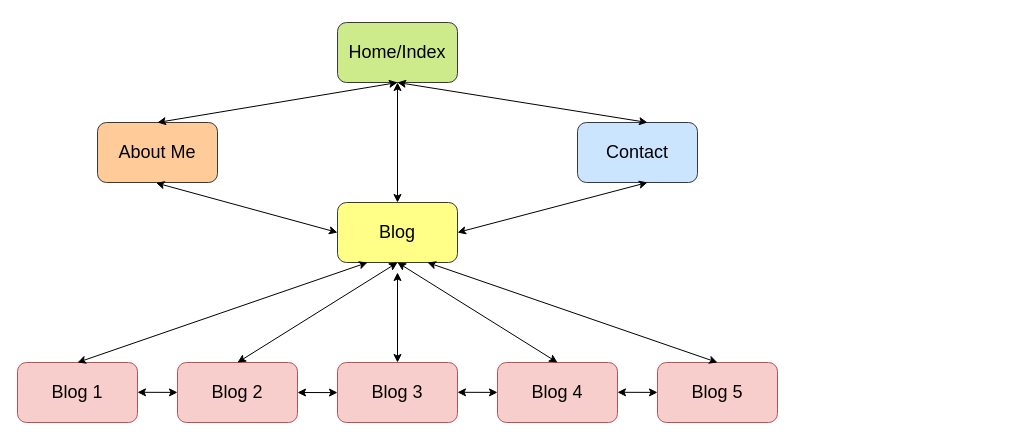
The draw.io diagram sitemap.drawio in james-mcgregor100/JamesMcGregor_T1A2, before the edit. Source tidied: cells renumbered, new cells numbered last; positions are measured from the earlier drawing's top-left corner, leaving out a move shared by most shapes. Both pictures are drawn from the tidied source at 100%, with x=0, y=0 at pixel (17, 22).
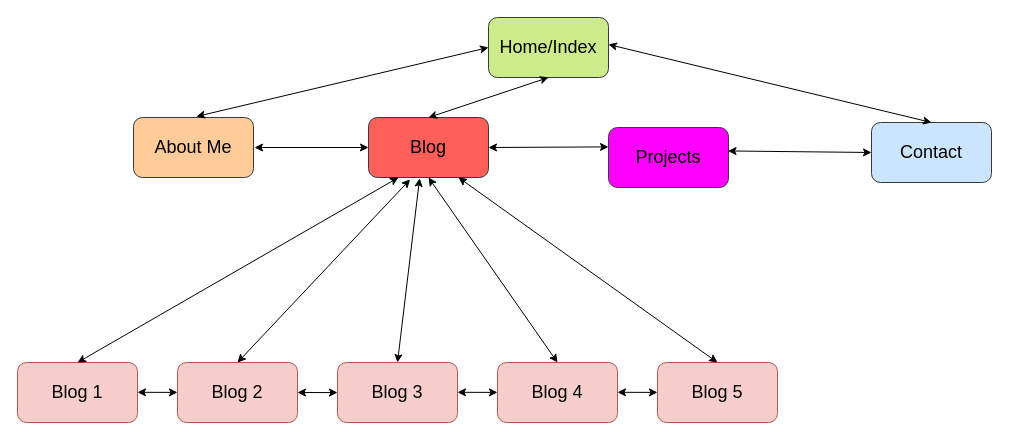
The same diagram, later.

Unchanged cells that the change refers to:
```xml
<mxCell id="5" value="&lt;font style=&quot;font-size: 18px&quot;&gt;Blog 2&lt;/font&gt;" style="rounded=1;whiteSpace=wrap;html=1;fillColor=#f8cecc;strokeColor=#b85450;" parent="1" vertex="1">
  <mxGeometry x="160" y="340" width="120" height="60" as="geometry" />
</mxCell>
```

Change to the diagram source:
```diff
@@
     <mxCell id="2" value="&lt;font style=&quot;font-size: 18px&quot;&gt;Home/Index&lt;/font&gt;" style="rounded=1;whiteSpace=wrap;html=1;fillColor=#cdeb8b;strokeColor=#36393d;" parent="1" vertex="1">
-      <mxGeometry x="320" width="120" height="60" as="geometry" />
+      <mxGeometry x="471" y="-5" width="120" height="60" as="geometry" />
     </mxCell>
     <mxCell id="3" value="&lt;font style=&quot;font-size: 18px&quot;&gt;About Me&lt;/font&gt;" style="rounded=1;whiteSpace=wrap;html=1;fillColor=#ffcc99;strokeColor=#36393d;" parent="1" vertex="1">
-      <mxGeometry x="80" y="100" width="120" height="60" as="geometry" />
+      <mxGeometry x="116" y="95" width="120" height="60" as="geometry" />
     </mxCell>
@@
     <mxCell id="8" value="&lt;font style=&quot;font-size: 18px&quot;&gt;Contact&lt;/font&gt;" style="rounded=1;whiteSpace=wrap;html=1;fillColor=#cce5ff;strokeColor=#36393d;" parent="1" vertex="1">
-      <mxGeometry x="560" y="100" width="120" height="60" as="geometry" />
+      <mxGeometry x="854" y="100" width="120" height="60" as="geometry" />
     </mxCell>
-    <mxCell id="9" value="&lt;font style=&quot;font-size: 18px&quot;&gt;Blog&lt;/font&gt;" style="rounded=1;whiteSpace=wrap;html=1;fillColor=#ffff88;strokeColor=#36393d;" parent="1" vertex="1">
-      <mxGeometry x="320" y="180" width="120" height="60" as="geometry" />
+    <mxCell id="9" value="&lt;font style=&quot;font-size: 18px&quot;&gt;Blog&lt;/font&gt;" style="rounded=1;whiteSpace=wrap;html=1;fillColor=#FF5F59;strokeColor=#36393d;" parent="1" vertex="1">
+      <mxGeometry x="351" y="95" width="120" height="60" as="geometry" />
     </mxCell>
@@
-    <mxCell id="11" style="endArrow=classic;startArrow=classic;html=1;rounded=0;entryX=0.5;entryY=1;entryDx=0;entryDy=0;" parent="1" edge="1" target="2">
+    <mxCell id="11" style="endArrow=classic;startArrow=classic;html=1;rounded=0;entryX=0;entryY=0.5;entryDx=0;entryDy=0;" parent="1" edge="1" target="2">
       <mxGeometry relative="1" as="geometry">
-        <mxPoint x="140" y="100" as="sourcePoint" />
+        <mxPoint x="179" y="94" as="sourcePoint" />
       </mxGeometry>
     </mxCell>
-    <mxCell id="12" style="endArrow=classic;startArrow=classic;html=1;rounded=0;entryX=0.5;entryY=1;entryDx=0;entryDy=0;" parent="1" edge="1">
+    <mxCell id="12" style="endArrow=classic;startArrow=classic;html=1;rounded=0;entryX=0.5;entryY=0;entryDx=0;entryDy=0;" parent="1" edge="1" target="8">
       <mxGeometry relative="1" as="geometry">
-        <mxPoint x="380" y="60" as="sourcePoint" />
-        <mxPoint x="630" y="100" as="targetPoint" />
+        <mxPoint x="591" y="22" as="sourcePoint" />
       </mxGeometry>
     </mxCell>
@@
-    <mxCell id="15" style="endArrow=classic;startArrow=classic;html=1;rounded=0;entryX=0.5;entryY=1;entryDx=0;entryDy=0;exitX=0.5;exitY=0;exitDx=0;exitDy=0;" parent="1" edge="1" source="5">
-      <mxGeometry relative="1" as="geometry">
-        <mxPoint x="380" y="240" as="targetPoint" />
-      </mxGeometry>
+    <mxCell id="15" style="endArrow=classic;startArrow=classic;html=1;rounded=0;entryX=0.347;entryY=1.032;entryDx=0;entryDy=0;exitX=0.5;exitY=0;exitDx=0;exitDy=0;entryPerimeter=0;" parent="1" edge="1" source="5" target="9">
+      <mxGeometry relative="1" as="geometry" />
     </mxCell>
-    <mxCell id="16" style="endArrow=classic;startArrow=classic;html=1;rounded=0;" parent="1" edge="1">
+    <mxCell id="16" style="endArrow=classic;startArrow=classic;html=1;rounded=0;entryX=0.426;entryY=1.014;entryDx=0;entryDy=0;entryPerimeter=0;" parent="1" edge="1" target="9">
       <mxGeometry relative="1" as="geometry">
         <mxPoint x="380" y="340" as="sourcePoint" />
-        <mxPoint x="380" y="250" as="targetPoint" />
       </mxGeometry>
     </mxCell>
@@
-    <mxCell id="23" style="endArrow=classic;startArrow=classic;html=1;rounded=0;entryX=0;entryY=0.5;entryDx=0;entryDy=0;exitX=0.488;exitY=1.007;exitDx=0;exitDy=0;exitPerimeter=0;" parent="1" edge="1" source="3" target="9">
-      <mxGeometry relative="1" as="geometry" />
+    <mxCell id="23" style="endArrow=classic;startArrow=classic;html=1;rounded=0;entryX=0;entryY=0.5;entryDx=0;entryDy=0;" parent="1" edge="1" target="9">
+      <mxGeometry relative="1" as="geometry">
+        <mxPoint x="237" y="125" as="sourcePoint" />
+      </mxGeometry>
     </mxCell>
-    <mxCell id="24" style="endArrow=classic;startArrow=classic;html=1;rounded=0;entryX=0.583;entryY=1;entryDx=0;entryDy=0;exitX=0.488;exitY=1.007;exitDx=0;exitDy=0;exitPerimeter=0;entryPerimeter=0;" parent="1" edge="1" target="8">
-      <mxGeometry relative="1" as="geometry">
-        <mxPoint x="440" y="210" as="sourcePoint" />
-      </mxGeometry>
+    <mxCell id="24" style="endArrow=classic;startArrow=classic;html=1;rounded=0;entryX=0;entryY=0.5;entryDx=0;entryDy=0;exitX=0.996;exitY=0.391;exitDx=0;exitDy=0;exitPerimeter=0;" parent="1" edge="1" source="25" target="8">
+      <mxGeometry relative="1" as="geometry" />
     </mxCell>
+    <mxCell id="25" value="&lt;font style=&quot;font-size: 18px&quot;&gt;Projects&lt;/font&gt;" style="rounded=1;whiteSpace=wrap;html=1;fillColor=#FF00FF;strokeColor=#36393d;" parent="1" vertex="1">
+      <mxGeometry x="591" y="105" width="120" height="60" as="geometry" />
+    </mxCell>
+    <mxCell id="26" style="endArrow=classic;startArrow=classic;html=1;rounded=0;entryX=0;entryY=0.5;entryDx=0;entryDy=0;exitX=1;exitY=0.5;exitDx=0;exitDy=0;" parent="1" edge="1" source="9">
+      <mxGeometry relative="1" as="geometry">
+        <mxPoint x="591" y="124.4" as="targetPoint" />
+      </mxGeometry>
+    </mxCell>
```
